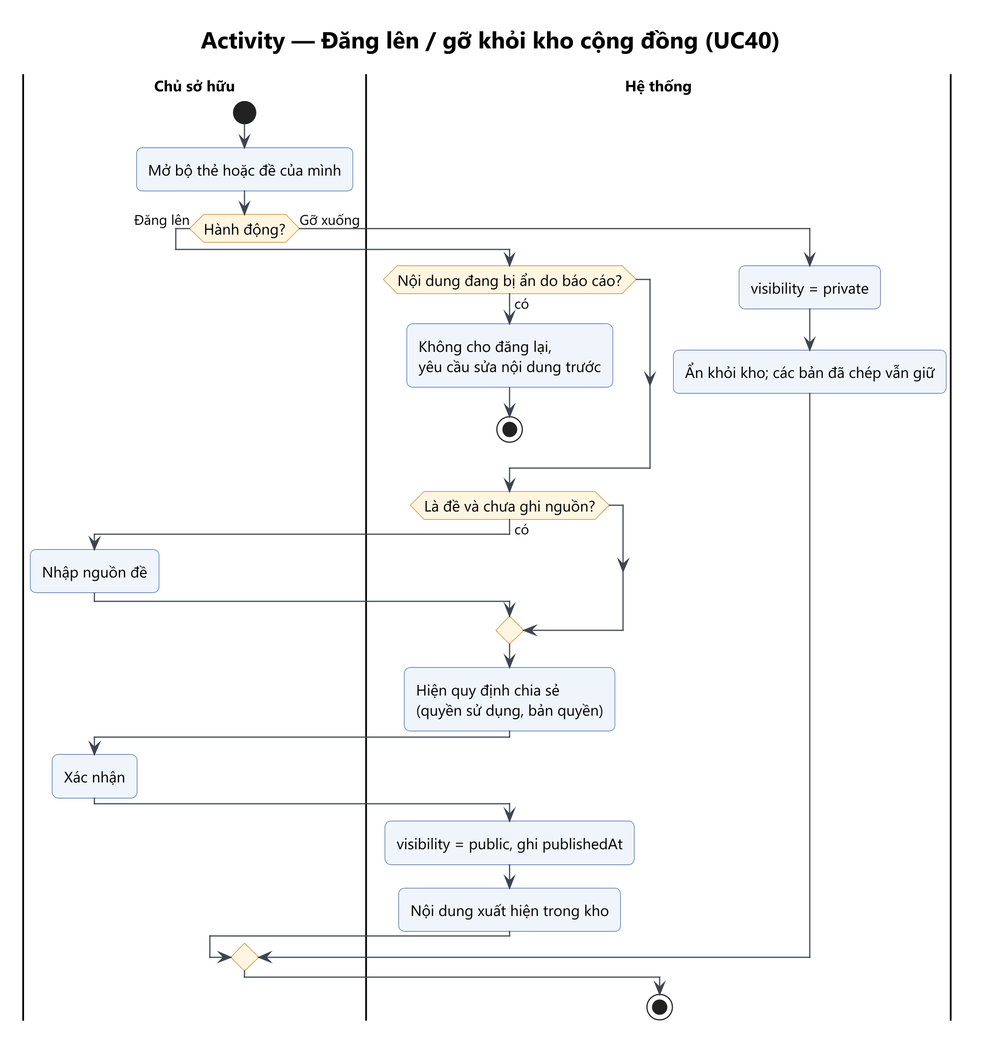
Above: Analysis_Design/03_Activity/act-07-dang-len-kho.png in Ac-2836/WebDev-FinalProject-LinMaster (PlantUML), before the change.
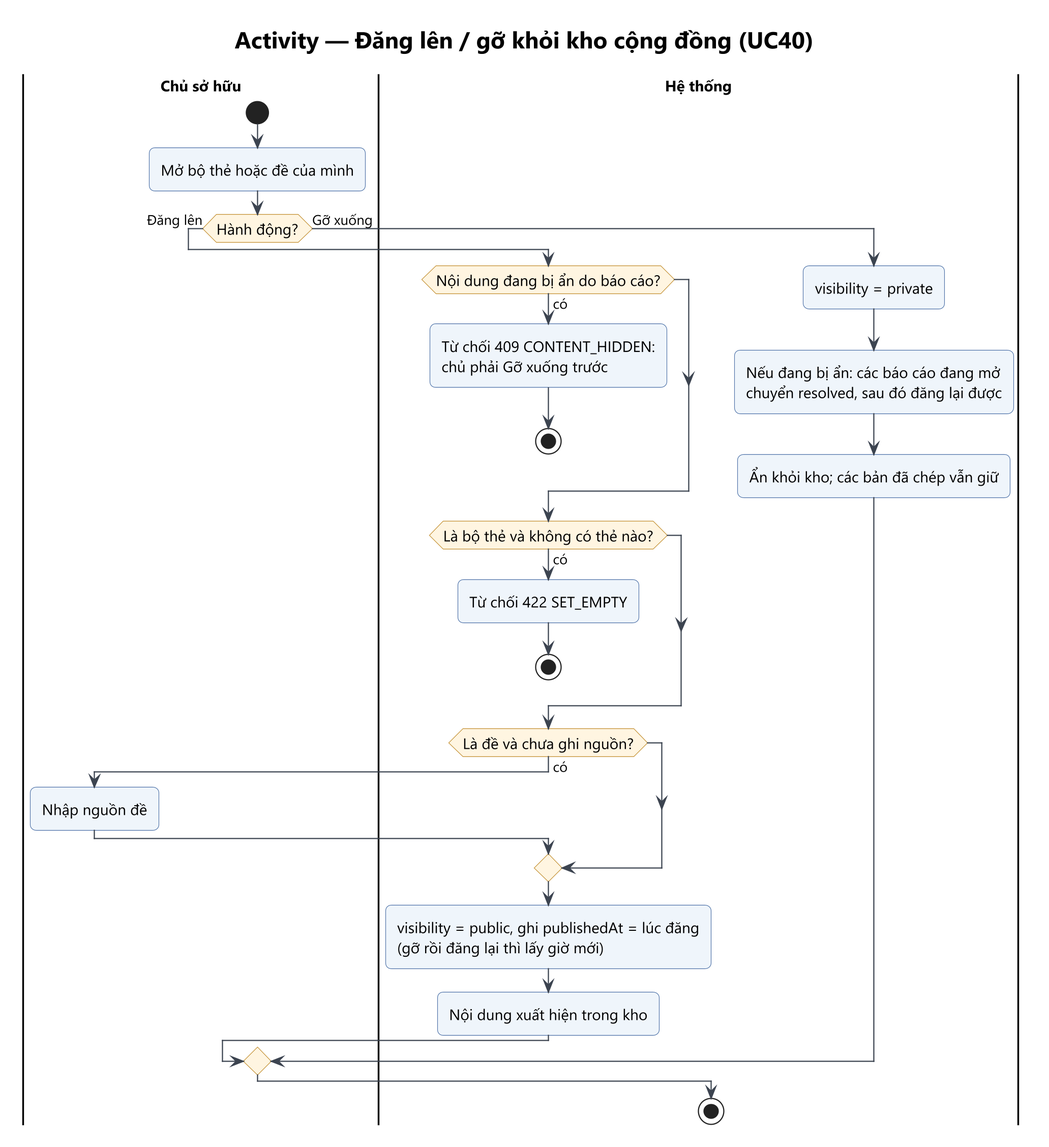
After the change.

The edit, as a diff of the source:
```diff
@@ -7,8 +7,12 @@
 if (Hành động?) then (Đăng lên)
   |Hệ thống|
   if (Nội dung đang bị ẩn do báo cáo?) then (có)
-    :Không cho đăng lại,
-    yêu cầu sửa nội dung trước;
+    :Từ chối 409 CONTENT_HIDDEN:
+    chủ phải Gỡ xuống trước;
+    stop
+  endif
+  if (Là bộ thẻ và không có thẻ nào?) then (có)
+    :Từ chối 422 SET_EMPTY;
     stop
   endif
   if (Là đề và chưa ghi nguồn?) then (có)
@@ -16,16 +20,14 @@
     :Nhập nguồn đề;
   endif
   |Hệ thống|
-  :Hiện quy định chia sẻ
-  (quyền sử dụng, bản quyền);
-  |Chủ sở hữu|
-  :Xác nhận;
-  |Hệ thống|
-  :visibility = public, ghi publishedAt;
+  :visibility = public, ghi publishedAt = lúc đăng
+  (gỡ rồi đăng lại thì lấy giờ mới);
   :Nội dung xuất hiện trong kho;
 else (Gỡ xuống)
   |Hệ thống|
   :visibility = private;
+  :Nếu đang bị ẩn: các báo cáo đang mở
+  chuyển resolved, sau đó đăng lại được;
   :Ẩn khỏi kho; các bản đã chép vẫn giữ;
 endif
 stop
```
